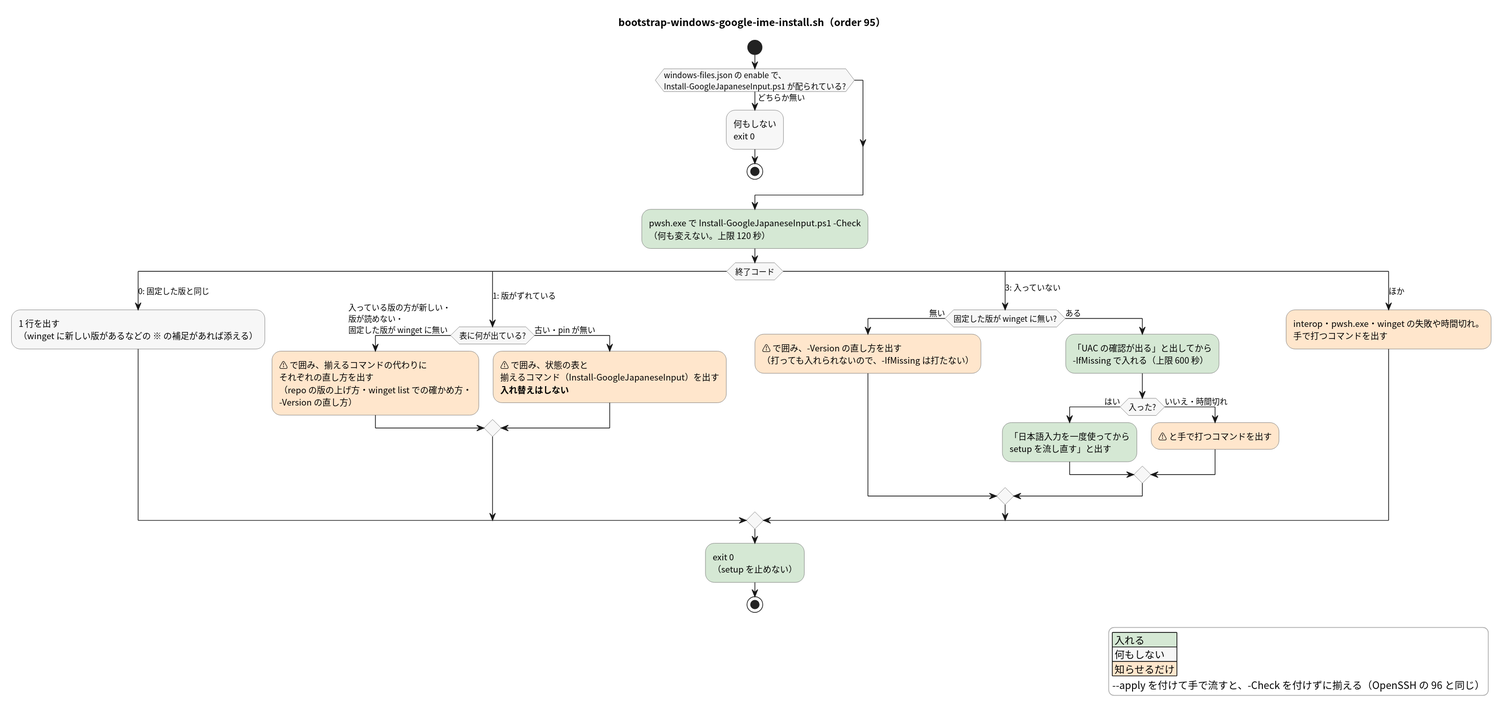
This is docs/adr/017_win_apps_winget_20261012T115007JST/plantuml/out/02_ime_install.svg from pollenjp/dotfiles, a PlantUML export, as it was before one commit.
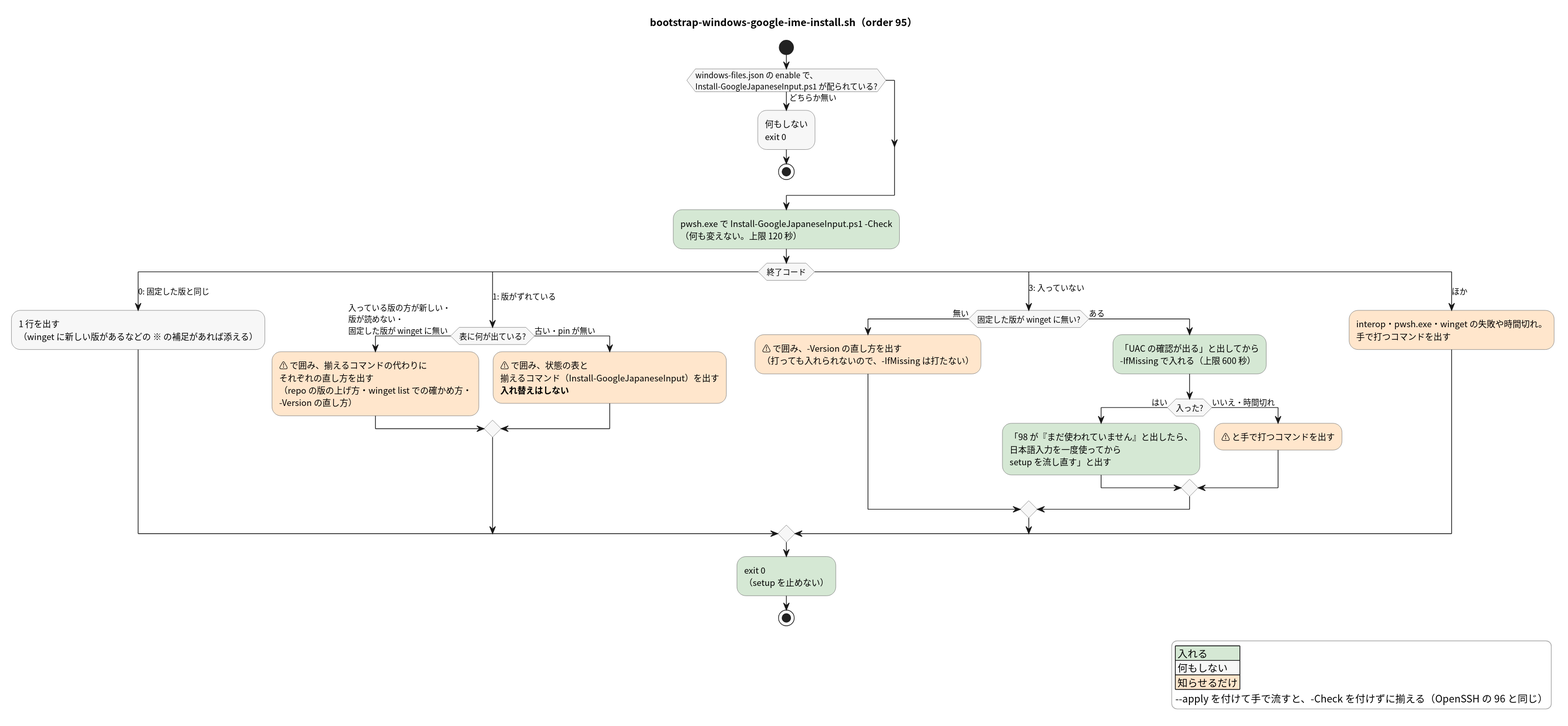
After the change.

Diff of the diagram source:
```diff
@@ -36,7 +36,7 @@
   else (ある)
     :「UAC の確認が出る」と出してから\n-IfMissing で入れる（上限 600 秒）;
     if (入った?) then (はい)
-      :「日本語入力を一度使ってから\nsetup を流し直す」と出す;
+      :「98 が『まだ使われていません』と出したら、\n日本語入力を一度使ってから\nsetup を流し直す」と出す;
     else (いいえ・時間切れ)
       :⚠ と手で打つコマンドを出す; <<#FFE6CC>>
     endif
```
